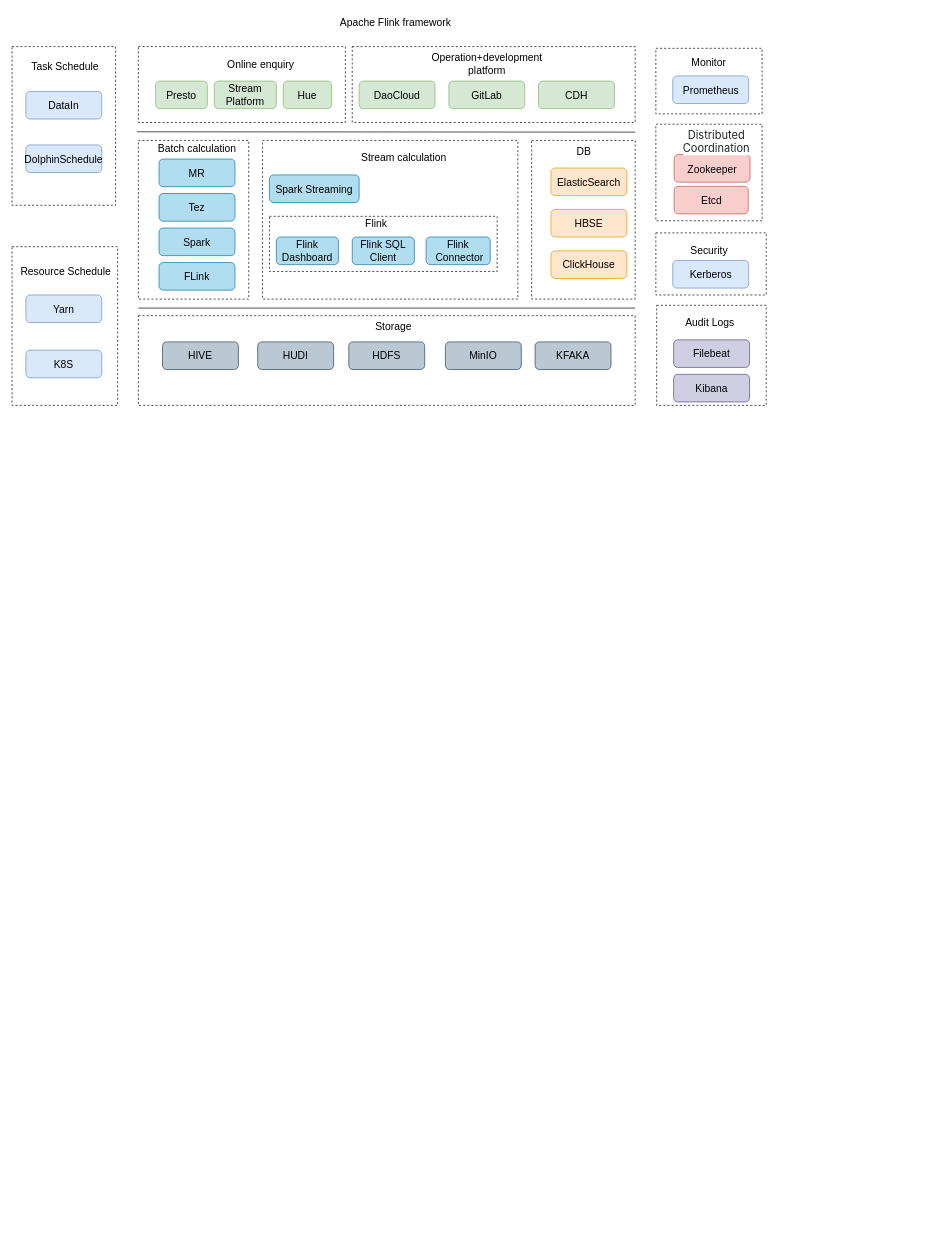
Earlier version of the draw.io diagram techlab/flink 大图.drawio (qiufang1314/drawio). Source tidied: cells renumbered, new cells numbered last; positions are measured from the earlier drawing's top-left corner, leaving out a move shared by most shapes. Both pictures are drawn from the tidied source at 69%, with x=0, y=0 at pixel (12, 12).
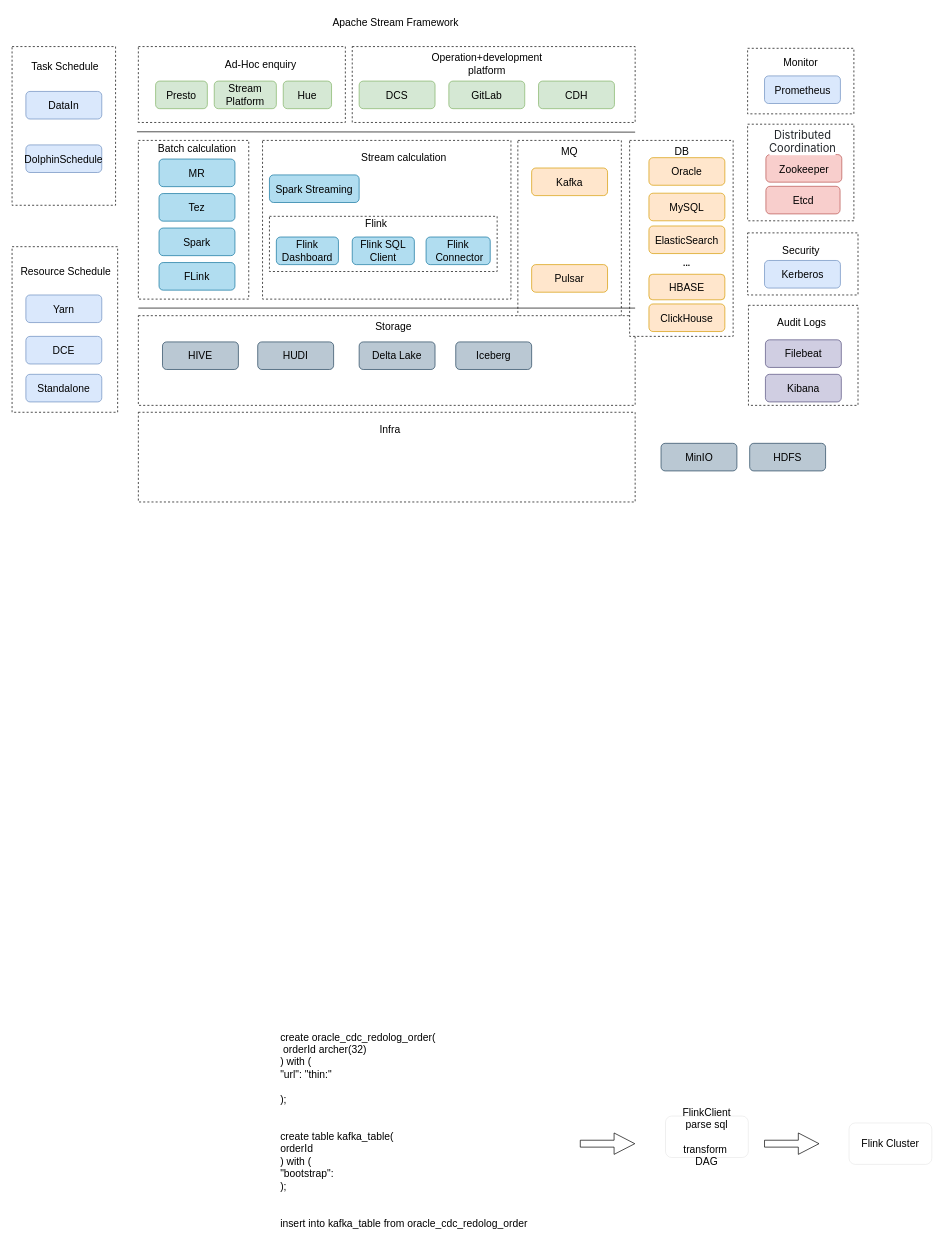
The same diagram, later.

What changed in the source:
```diff
@@
+    <mxCell id="63" style="rounded=0;whiteSpace=wrap;html=1;fontSize=15;dashed=1;" parent="1" vertex="1">
+      <mxGeometry x="733" y="186" width="150" height="284" as="geometry" />
+    </mxCell>
@@
     <mxCell id="3" style="rounded=0;whiteSpace=wrap;html=1;fontSize=15;dashed=1;" parent="1" vertex="1">
-      <mxGeometry x="933" y="162.5" width="154" height="140" as="geometry" />
+      <mxGeometry x="1066" y="162.5" width="154" height="140" as="geometry" />
     </mxCell>
     <mxCell id="4" style="rounded=0;whiteSpace=wrap;html=1;fontSize=15;dashed=1;" parent="1" vertex="1">
-      <mxGeometry x="933" y="52.5" width="154" height="95" as="geometry" />
+      <mxGeometry x="1066" y="52.5" width="154" height="95" as="geometry" />
     </mxCell>
     <mxCell id="5" style="rounded=0;whiteSpace=wrap;html=1;fontSize=15;dashed=1;" parent="1" vertex="1">
-      <mxGeometry x="363" y="186" width="370" height="230" as="geometry" />
+      <mxGeometry x="363" y="186" width="360" height="230" as="geometry" />
     </mxCell>
@@
     <mxCell id="7" style="rounded=0;whiteSpace=wrap;html=1;fontSize=15;dashed=1;" parent="1" vertex="1">
-      <mxGeometry x="753" y="186" width="150" height="230" as="geometry" />
+      <mxGeometry x="895" y="186" width="150" height="284" as="geometry" />
     </mxCell>
@@
     <mxCell id="11" style="rounded=0;whiteSpace=wrap;html=1;fontSize=15;dashed=1;" parent="1" vertex="1">
-      <mxGeometry y="340" width="153" height="230" as="geometry" />
+      <mxGeometry y="340" width="153" height="240" as="geometry" />
     </mxCell>
     <mxCell id="12" value="HDFS" style="rounded=1;whiteSpace=wrap;html=1;fontSize=15;fillColor=#bac8d3;strokeColor=#23445d;" parent="1" vertex="1">
-      <mxGeometry x="488" y="478" width="110" height="40" as="geometry" />
+      <mxGeometry x="1069" y="625" width="110" height="40" as="geometry" />
     </mxCell>
@@
     <mxCell id="16" value="MinIO" style="rounded=1;whiteSpace=wrap;html=1;fontSize=15;fillColor=#bac8d3;strokeColor=#23445d;" parent="1" vertex="1">
-      <mxGeometry x="628" y="478" width="110" height="40" as="geometry" />
+      <mxGeometry x="940.5" y="625" width="110" height="40" as="geometry" />
     </mxCell>
@@
-    <mxCell id="18" value="KFAKA" style="rounded=1;whiteSpace=wrap;html=1;fontSize=15;fillColor=#bac8d3;strokeColor=#23445d;" parent="1" vertex="1">
-      <mxGeometry x="758" y="478" width="110" height="40" as="geometry" />
-    </mxCell>
@@
-    <mxCell id="29" value="K8S" style="rounded=1;whiteSpace=wrap;html=1;fontSize=15;fillColor=#dae8fc;strokeColor=#6c8ebf;" parent="1" vertex="1">
-      <mxGeometry x="20" y="490" width="110" height="40" as="geometry" />
+    <mxCell id="29" value="DCE" style="rounded=1;whiteSpace=wrap;html=1;fontSize=15;fillColor=#dae8fc;strokeColor=#6c8ebf;" parent="1" vertex="1">
+      <mxGeometry x="20" y="470" width="110" height="40" as="geometry" />
     </mxCell>
-    <mxCell id="30" value="Online enquiry" style="text;html=1;strokeColor=none;fillColor=none;align=center;verticalAlign=middle;whiteSpace=wrap;rounded=0;fontSize=15;" parent="1" vertex="1">
+    <mxCell id="30" value="Ad-Hoc enquiry" style="text;html=1;strokeColor=none;fillColor=none;align=center;verticalAlign=middle;whiteSpace=wrap;rounded=0;fontSize=15;" parent="1" vertex="1">
       <mxGeometry x="298" y="60" width="125" height="30" as="geometry" />
     </mxCell>
@@
     <mxCell id="35" value="Monitor" style="text;html=1;strokeColor=none;fillColor=none;align=center;verticalAlign=middle;whiteSpace=wrap;rounded=0;fontSize=15;" parent="1" vertex="1">
-      <mxGeometry x="970" y="57.5" width="80" height="30" as="geometry" />
+      <mxGeometry x="1103" y="57.5" width="80" height="30" as="geometry" />
     </mxCell>
     <mxCell id="36" value="Prometheus" style="rounded=1;whiteSpace=wrap;html=1;fontSize=15;fillColor=#dae8fc;strokeColor=#6c8ebf;" parent="1" vertex="1">
-      <mxGeometry x="957.5" y="92.5" width="110" height="40" as="geometry" />
+      <mxGeometry x="1090.5" y="92.5" width="110" height="40" as="geometry" />
     </mxCell>
@@
-    <mxCell id="38" value="DaoCloud" style="rounded=1;whiteSpace=wrap;html=1;fontSize=15;fillColor=#d5e8d4;strokeColor=#82b366;" parent="1" vertex="1">
+    <mxCell id="38" value="DCS" style="rounded=1;whiteSpace=wrap;html=1;fontSize=15;fillColor=#d5e8d4;strokeColor=#82b366;" parent="1" vertex="1">
       <mxGeometry x="503" y="100" width="110" height="40" as="geometry" />
     </mxCell>
@@
     <mxCell id="41" value="ElasticSearch" style="rounded=1;whiteSpace=wrap;html=1;fontSize=15;fillColor=#ffe6cc;strokeColor=#d79b00;" parent="1" vertex="1">
-      <mxGeometry x="781" y="226" width="110" height="40" as="geometry" />
+      <mxGeometry x="923" y="310" width="110" height="40" as="geometry" />
     </mxCell>
-    <mxCell id="42" value="HBSE" style="rounded=1;whiteSpace=wrap;html=1;fontSize=15;fillColor=#ffe6cc;strokeColor=#d79b00;" parent="1" vertex="1">
-      <mxGeometry x="781" y="286" width="110" height="40" as="geometry" />
+    <mxCell id="42" value="HBASE" style="rounded=1;whiteSpace=wrap;html=1;fontSize=15;fillColor=#ffe6cc;strokeColor=#d79b00;" parent="1" vertex="1">
+      <mxGeometry x="923" y="380" width="110" height="37" as="geometry" />
     </mxCell>
     <mxCell id="43" value="ClickHouse" style="rounded=1;whiteSpace=wrap;html=1;fontSize=15;fillColor=#ffe6cc;strokeColor=#d79b00;" parent="1" vertex="1">
-      <mxGeometry x="781" y="346" width="110" height="40" as="geometry" />
+      <mxGeometry x="923" y="423" width="110" height="40" as="geometry" />
     </mxCell>
     <mxCell id="44" value="DB" style="text;html=1;strokeColor=none;fillColor=none;align=center;verticalAlign=middle;whiteSpace=wrap;rounded=0;fontSize=15;" parent="1" vertex="1">
-      <mxGeometry x="798.5" y="186" width="60" height="30" as="geometry" />
+      <mxGeometry x="940.5" y="186" width="60" height="30" as="geometry" />
     </mxCell>
@@
     <mxCell id="49" value="Zookeeper" style="rounded=1;whiteSpace=wrap;html=1;fontSize=15;fillColor=#f8cecc;strokeColor=#b85450;" parent="1" vertex="1">
-      <mxGeometry x="959.5" y="206.5" width="110" height="40" as="geometry" />
+      <mxGeometry x="1092.5" y="206.5" width="110" height="40" as="geometry" />
     </mxCell>
     <mxCell id="50" value="&lt;span style=&quot;font-size: 16px; caret-color: rgb(33, 37, 41); color: rgb(33, 37, 41); font-family: -apple-system, BlinkMacSystemFont, &amp;quot;Segoe UI&amp;quot;, Roboto, &amp;quot;Helvetica Neue&amp;quot;, Arial, sans-serif, &amp;quot;Apple Color Emoji&amp;quot;, &amp;quot;Segoe UI Emoji&amp;quot;, &amp;quot;Segoe UI Symbol&amp;quot;, &amp;quot;Noto Color Emoji&amp;quot;; text-align: left; background-color: rgb(255, 255, 255);&quot;&gt;Distributed &lt;br&gt;Coordination&lt;/span&gt;" style="text;html=1;strokeColor=none;fillColor=none;align=center;verticalAlign=middle;whiteSpace=wrap;rounded=0;fontSize=15;" parent="1" vertex="1">
-      <mxGeometry x="918" y="172.5" width="205.5" height="30" as="geometry" />
+      <mxGeometry x="1042.8" y="172.5" width="205.5" height="30" as="geometry" />
     </mxCell>
     <mxCell id="51" value="Etcd" style="rounded=1;whiteSpace=wrap;html=1;fontSize=15;fillColor=#f8cecc;strokeColor=#b85450;" parent="1" vertex="1">
-      <mxGeometry x="959.5" y="252.5" width="107.5" height="40" as="geometry" />
+      <mxGeometry x="1092.5" y="252.5" width="107.5" height="40" as="geometry" />
     </mxCell>
     <mxCell id="52" style="rounded=0;whiteSpace=wrap;html=1;fontSize=15;dashed=1;" parent="1" vertex="1">
-      <mxGeometry x="933" y="320" width="160" height="90" as="geometry" />
+      <mxGeometry x="1066" y="320" width="160" height="90" as="geometry" />
     </mxCell>
     <mxCell id="53" value="Kerberos" style="rounded=1;whiteSpace=wrap;html=1;fontSize=15;fillColor=#dae8fc;strokeColor=#6c8ebf;" parent="1" vertex="1">
-      <mxGeometry x="957.5" y="360" width="110" height="40" as="geometry" />
+      <mxGeometry x="1090.5" y="360" width="110" height="40" as="geometry" />
     </mxCell>
     <mxCell id="54" value="Security" style="text;html=1;strokeColor=none;fillColor=none;align=center;verticalAlign=middle;whiteSpace=wrap;rounded=0;fontSize=15;" parent="1" vertex="1">
-      <mxGeometry x="952.5" y="330" width="115" height="30" as="geometry" />
+      <mxGeometry x="1085.5" y="330" width="115" height="30" as="geometry" />
     </mxCell>
@@
     <mxCell id="56" style="rounded=0;whiteSpace=wrap;html=1;fontSize=15;dashed=1;" parent="1" vertex="1">
-      <mxGeometry x="934.2" y="425" width="158.8" height="145" as="geometry" />
+      <mxGeometry x="1067.2" y="425" width="158.8" height="145" as="geometry" />
     </mxCell>
     <mxCell id="57" value="Filebeat" style="rounded=1;whiteSpace=wrap;html=1;fontSize=15;fillColor=#d0cee2;strokeColor=#56517e;" parent="1" vertex="1">
-      <mxGeometry x="958.8" y="475" width="110" height="40" as="geometry" />
+      <mxGeometry x="1091.8" y="475" width="110" height="40" as="geometry" />
     </mxCell>
     <mxCell id="58" value="Audit Logs" style="text;html=1;strokeColor=none;fillColor=none;align=center;verticalAlign=middle;whiteSpace=wrap;rounded=0;fontSize=15;" parent="1" vertex="1">
-      <mxGeometry x="953.8" y="435" width="115" height="30" as="geometry" />
+      <mxGeometry x="1086.8" y="435" width="115" height="30" as="geometry" />
     </mxCell>
     <mxCell id="59" value="Kibana" style="rounded=1;whiteSpace=wrap;html=1;fontSize=15;fillColor=#d0cee2;strokeColor=#56517e;" parent="1" vertex="1">
-      <mxGeometry x="958.8" y="525" width="110" height="40" as="geometry" />
+      <mxGeometry x="1091.8" y="525" width="110" height="40" as="geometry" />
     </mxCell>
@@
-    <mxCell id="62" value="Apache Flink framework" style="text;html=1;strokeColor=none;fillColor=none;align=center;verticalAlign=middle;whiteSpace=wrap;rounded=0;dashed=1;fontSize=15;" parent="1" vertex="1">
+    <mxCell id="62" value="Apache Stream Framework" style="text;html=1;strokeColor=none;fillColor=none;align=center;verticalAlign=middle;whiteSpace=wrap;rounded=0;dashed=1;fontSize=15;" parent="1" vertex="1">
       <mxGeometry x="455.5" width="200" height="30" as="geometry" />
     </mxCell>
+    <mxCell id="64" value="create oracle_cdc_redolog_order(&lt;br&gt;&amp;nbsp;orderId archer(32)&lt;br&gt;) with (&lt;br&gt;&quot;url&quot;: &quot;thin:&quot;&lt;br&gt;&lt;br&gt;);&lt;br&gt;&lt;br&gt;&lt;br&gt;create table kafka_table(&lt;br&gt;orderId&lt;br&gt;) with (&lt;br&gt;&quot;bootstrap&quot;:&amp;nbsp;&lt;br&gt;);&lt;br&gt;&lt;br&gt;&lt;br&gt;insert into kafka_table from oracle_cdc_redolog_order" style="text;html=1;strokeColor=none;fillColor=none;align=left;verticalAlign=middle;whiteSpace=wrap;rounded=0;dashed=1;fontSize=15;" parent="1" vertex="1">
+      <mxGeometry x="387" y="1470" width="406" height="300" as="geometry" />
+    </mxCell>
+    <mxCell id="65" style="shape=flexArrow;endArrow=classic;html=1;rounded=0;fontSize=15;width=10;endSize=9.67;" parent="1" edge="1">
+      <mxGeometry relative="1" as="geometry">
+        <mxPoint x="823" y="1640" as="sourcePoint" />
+        <mxPoint x="903" y="1640" as="targetPoint" />
+      </mxGeometry>
+    </mxCell>
+    <mxCell id="66" value="FlinkClient&lt;br&gt;parse sql&lt;br&gt;&lt;br&gt;transform&amp;nbsp;&lt;br&gt;DAG" style="rounded=1;whiteSpace=wrap;html=1;dashed=1;fontSize=15;strokeWidth=0;" parent="1" vertex="1">
+      <mxGeometry x="947" y="1600" width="120" height="60" as="geometry" />
+    </mxCell>
+    <mxCell id="67" style="shape=flexArrow;endArrow=classic;html=1;rounded=0;fontSize=15;width=10;endSize=9.67;" parent="1" edge="1">
+      <mxGeometry relative="1" as="geometry">
+        <mxPoint x="1090" y="1640" as="sourcePoint" />
+        <mxPoint x="1170" y="1640" as="targetPoint" />
+      </mxGeometry>
+    </mxCell>
+    <mxCell id="68" value="Flink Cluster" style="rounded=1;whiteSpace=wrap;html=1;dashed=1;fontSize=15;strokeWidth=0;" parent="1" vertex="1">
+      <mxGeometry x="1213" y="1610" width="120" height="60" as="geometry" />
+    </mxCell>
+    <mxCell id="69" value="Standalone" style="rounded=1;whiteSpace=wrap;html=1;fontSize=15;fillColor=#dae8fc;strokeColor=#6c8ebf;" parent="1" vertex="1">
+      <mxGeometry x="20" y="525" width="110" height="40" as="geometry" />
+    </mxCell>
+    <mxCell id="70" style="rounded=0;whiteSpace=wrap;html=1;fontSize=15;dashed=1;" parent="1" vertex="1">
+      <mxGeometry x="183" y="580" width="720" height="130" as="geometry" />
+    </mxCell>
+    <mxCell id="71" value="Infra" style="text;html=1;strokeColor=none;fillColor=none;align=center;verticalAlign=middle;whiteSpace=wrap;rounded=0;fontSize=15;" parent="1" vertex="1">
+      <mxGeometry x="518" y="590" width="60" height="30" as="geometry" />
+    </mxCell>
+    <mxCell id="72" value="Oracle" style="rounded=1;whiteSpace=wrap;html=1;fontSize=15;fillColor=#ffe6cc;strokeColor=#d79b00;" parent="1" vertex="1">
+      <mxGeometry x="923" y="211" width="110" height="40" as="geometry" />
+    </mxCell>
+    <mxCell id="73" value="&lt;b&gt;...&lt;/b&gt;" style="text;html=1;strokeColor=none;fillColor=none;align=center;verticalAlign=middle;whiteSpace=wrap;rounded=0;" parent="1" vertex="1">
+      <mxGeometry x="948" y="349" width="60" height="30" as="geometry" />
+    </mxCell>
+    <mxCell id="74" value="MySQL" style="rounded=1;whiteSpace=wrap;html=1;fontSize=15;fillColor=#ffe6cc;strokeColor=#d79b00;" parent="1" vertex="1">
+      <mxGeometry x="923" y="262.5" width="110" height="40" as="geometry" />
+    </mxCell>
+    <mxCell id="75" value="MQ" style="text;html=1;strokeColor=none;fillColor=none;align=center;verticalAlign=middle;whiteSpace=wrap;rounded=0;fontSize=15;" parent="1" vertex="1">
+      <mxGeometry x="778" y="186" width="60" height="30" as="geometry" />
+    </mxCell>
+    <mxCell id="76" value="Pulsar" style="rounded=1;whiteSpace=wrap;html=1;fontSize=15;fillColor=#ffe6cc;strokeColor=#d79b00;" parent="1" vertex="1">
+      <mxGeometry x="753" y="366" width="110" height="40" as="geometry" />
+    </mxCell>
+    <mxCell id="77" value="Kafka" style="rounded=1;whiteSpace=wrap;html=1;fontSize=15;fillColor=#ffe6cc;strokeColor=#d79b00;" parent="1" vertex="1">
+      <mxGeometry x="753" y="226" width="110" height="40" as="geometry" />
+    </mxCell>
+    <mxCell id="78" value="Delta Lake" style="rounded=1;whiteSpace=wrap;html=1;fontSize=15;fillColor=#bac8d3;strokeColor=#23445d;" parent="1" vertex="1">
+      <mxGeometry x="503" y="478" width="110" height="40" as="geometry" />
+    </mxCell>
+    <mxCell id="79" value="Iceberg" style="rounded=1;whiteSpace=wrap;html=1;fontSize=15;fillColor=#bac8d3;strokeColor=#23445d;" parent="1" vertex="1">
+      <mxGeometry x="643" y="478" width="110" height="40" as="geometry" />
+    </mxCell>
```
